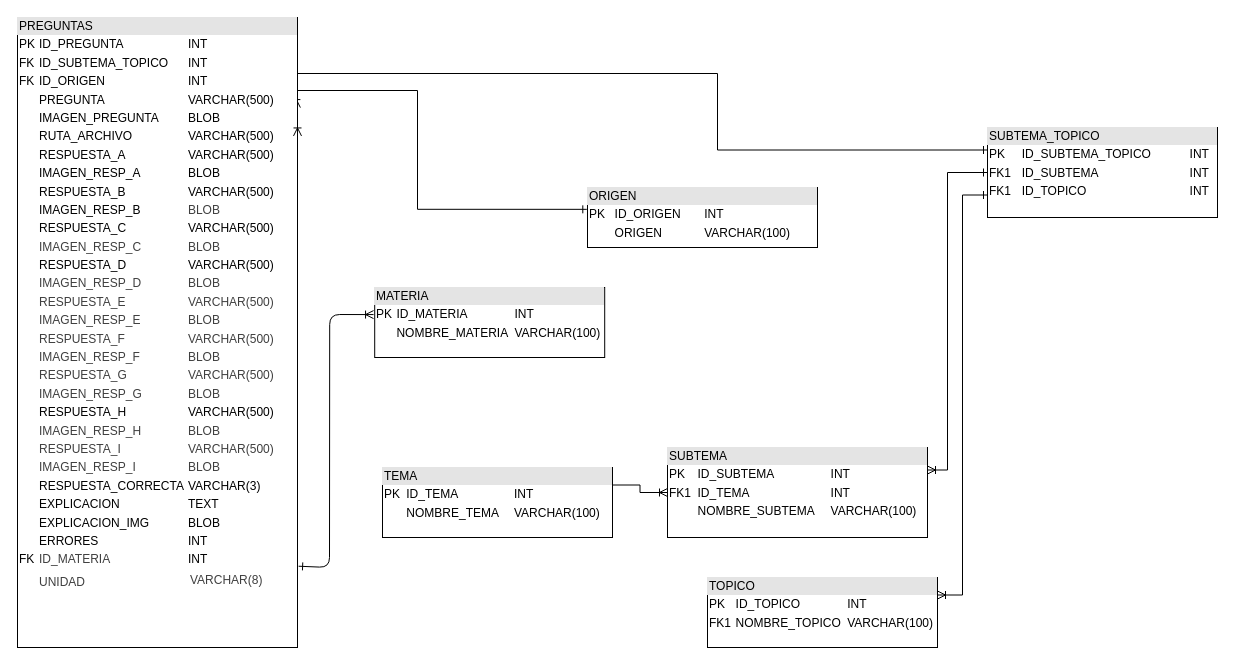
Earlier version of the draw.io diagram DIAGRAMAS/DIAGRAMA_BD_UML_EXAMTESTER.drawio (AlejandroSaul/EXAMTESTER). Source tidied: cells renumbered, new cells numbered last; positions are measured from the earlier drawing's top-left corner, leaving out a move shared by most shapes. Both pictures are drawn from the tidied source at 100%, with x=0, y=0 at pixel (17, 17).
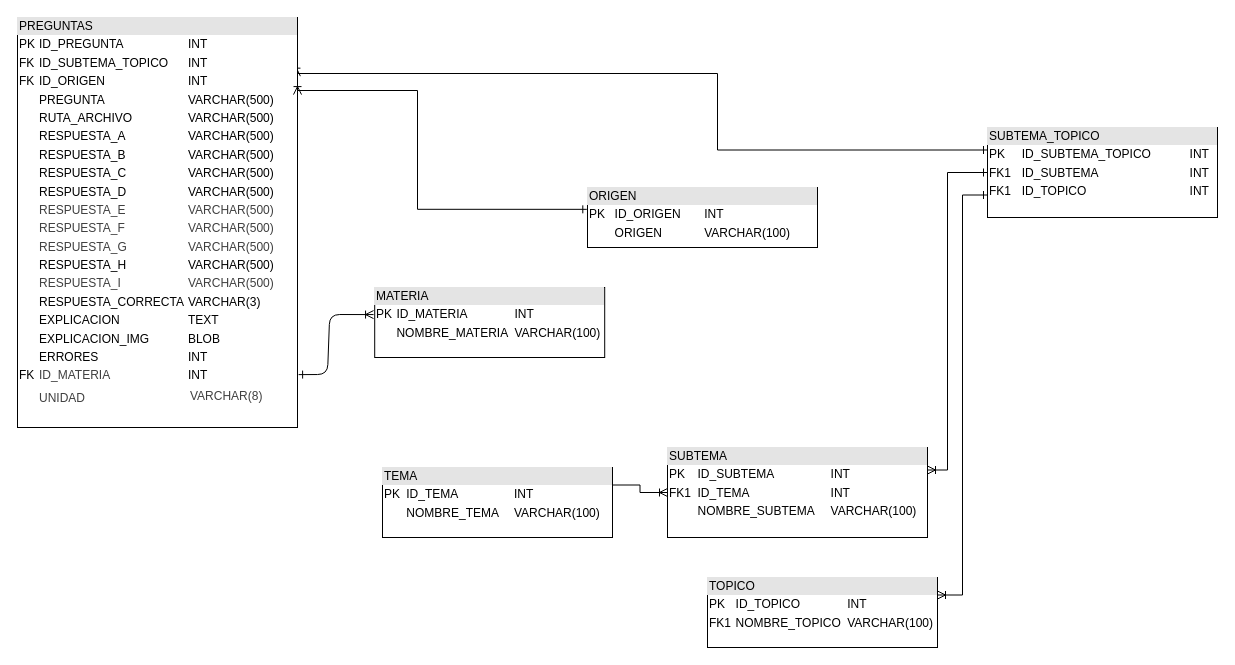
After the change.

The change refers to these unchanged cells:
```xml
<mxCell id="13" value="&lt;div style=&quot;box-sizing: border-box; width: 100%; background: rgb(228, 228, 228); padding: 2px;&quot;&gt;MATERIA&lt;/div&gt;&lt;table style=&quot;width:100%;font-size:1em;&quot; cellpadding=&quot;2&quot; cellspacing=&quot;0&quot;&gt;&lt;tbody&gt;&lt;tr&gt;&lt;td&gt;PK&lt;/td&gt;&lt;td&gt;ID_MATERIA&lt;/td&gt;&lt;td&gt;INT&lt;/td&gt;&lt;/tr&gt;&lt;tr&gt;&lt;td&gt;&lt;br&gt;&lt;/td&gt;&lt;td&gt;NOMBRE_MATERIA&lt;/td&gt;&lt;td&gt;VARCHAR(100)&lt;/td&gt;&lt;/tr&gt;&lt;/tbody&gt;&lt;/table&gt;" style="verticalAlign=top;align=left;overflow=fill;html=1;whiteSpace=wrap;" parent="1" vertex="1">
  <mxGeometry x="357.2" y="270" width="230" height="70" as="geometry" />
</mxCell>
```

What changed in the source:
```diff
@@
-    <mxCell id="10" value="&lt;div style=&quot;box-sizing: border-box; width: 100%; background: rgb(228, 228, 228); padding: 2px;&quot;&gt;PREGUNTAS&lt;/div&gt;&lt;table style=&quot;width:100%;font-size:1em;&quot; cellpadding=&quot;2&quot; cellspacing=&quot;0&quot;&gt;&lt;tbody&gt;&lt;tr&gt;&lt;td&gt;PK&lt;/td&gt;&lt;td&gt;ID_PREGUNTA&lt;/td&gt;&lt;td&gt;INT&lt;/td&gt;&lt;/tr&gt;&lt;tr&gt;&lt;td&gt;FK&lt;/td&gt;&lt;td&gt;ID_SUBTEMA_TOPICO&lt;/td&gt;&lt;td&gt;INT&lt;/td&gt;&lt;/tr&gt;&lt;tr&gt;&lt;td&gt;FK&lt;/td&gt;&lt;td&gt;ID_ORIGEN&lt;/td&gt;&lt;td&gt;INT&lt;/td&gt;&lt;/tr&gt;&lt;tr&gt;&lt;td&gt;&lt;br&gt;&lt;/td&gt;&lt;td&gt;PREGUNTA&lt;/td&gt;&lt;td&gt;VARCHAR(500)&lt;/td&gt;&lt;/tr&gt;&lt;tr&gt;&lt;td&gt;&lt;br&gt;&lt;/td&gt;&lt;td&gt;IMAGEN_PREGUNTA&lt;/td&gt;&lt;td&gt;BLOB&lt;/td&gt;&lt;/tr&gt;&lt;tr&gt;&lt;td&gt;&lt;br&gt;&lt;/td&gt;&lt;td&gt;RUTA_ARCHIVO&lt;/td&gt;&lt;td&gt;VARCHAR(500)&lt;/td&gt;&lt;/tr&gt;&lt;tr&gt;&lt;td&gt;&lt;br&gt;&lt;/td&gt;&lt;td&gt;RESPUESTA_A&lt;/td&gt;&lt;td&gt;VARCHAR(500)&lt;/td&gt;&lt;/tr&gt;&lt;tr&gt;&lt;td&gt;&lt;br&gt;&lt;/td&gt;&lt;td&gt;IMAGEN_RESP_A&lt;/td&gt;&lt;td&gt;BLOB&lt;/td&gt;&lt;/tr&gt;&lt;tr&gt;&lt;td&gt;&lt;br&gt;&lt;/td&gt;&lt;td&gt;RESPUESTA_B&lt;/td&gt;&lt;td&gt;VARCHAR(500)&lt;/td&gt;&lt;/tr&gt;&lt;tr&gt;&lt;td&gt;&lt;br&gt;&lt;/td&gt;&lt;td&gt;IMAGEN_RESP_B&lt;/td&gt;&lt;td&gt;&lt;span style=&quot;color: rgb(63, 63, 63);&quot;&gt;BLOB&lt;/span&gt;&lt;/td&gt;&lt;/tr&gt;&lt;tr&gt;&lt;td&gt;&lt;br&gt;&lt;/td&gt;&lt;td&gt;RESPUESTA_C&lt;/td&gt;&lt;td&gt;VARCHAR(500)&lt;/td&gt;&lt;/tr&gt;&lt;tr&gt;&lt;td&gt;&lt;br&gt;&lt;/td&gt;&lt;td&gt;&lt;span style=&quot;color: rgb(63, 63, 63);&quot;&gt;IMAGEN_RESP_C&lt;/span&gt;&lt;/td&gt;&lt;td&gt;&lt;span style=&quot;color: rgb(63, 63, 63);&quot;&gt;BLOB&lt;/span&gt;&lt;/td&gt;&lt;/tr&gt;&lt;tr&gt;&lt;td&gt;&lt;br&gt;&lt;/td&gt;&lt;td&gt;RESPUESTA_D&lt;/td&gt;&lt;td&gt;VARCHAR(500)&lt;/td&gt;&lt;/tr&gt;&lt;tr&gt;&lt;td&gt;&lt;br&gt;&lt;/td&gt;&lt;td&gt;&lt;span style=&quot;color: rgb(63, 63, 63);&quot;&gt;IMAGEN_RESP_D&lt;/span&gt;&lt;/td&gt;&lt;td&gt;&lt;span style=&quot;color: rgb(63, 63, 63);&quot;&gt;BLOB&lt;/span&gt;&lt;/td&gt;&lt;/tr&gt;&lt;tr&gt;&lt;td&gt;&lt;br&gt;&lt;/td&gt;&lt;td&gt;&lt;span style=&quot;color: rgb(63, 63, 63);&quot;&gt;RESPUESTA_E&lt;/span&gt;&lt;/td&gt;&lt;td&gt;&lt;span style=&quot;color: rgb(63, 63, 63);&quot;&gt;VARCHAR(500)&lt;/span&gt;&lt;/td&gt;&lt;/tr&gt;&lt;tr&gt;&lt;td&gt;&lt;br&gt;&lt;/td&gt;&lt;td&gt;&lt;span style=&quot;color: rgb(63, 63, 63);&quot;&gt;IMAGEN_RESP_E&lt;/span&gt;&lt;/td&gt;&lt;td&gt;&lt;span style=&quot;color: rgb(63, 63, 63);&quot;&gt;BLOB&lt;/span&gt;&lt;/td&gt;&lt;/tr&gt;&lt;tr&gt;&lt;td&gt;&lt;br&gt;&lt;/td&gt;&lt;td&gt;&lt;span style=&quot;color: rgb(63, 63, 63);&quot;&gt;RESPUESTA_F&lt;/span&gt;&lt;/td&gt;&lt;td&gt;&lt;span style=&quot;color: rgb(63, 63, 63);&quot;&gt;VARCHAR(500)&lt;/span&gt;&lt;/td&gt;&lt;/tr&gt;&lt;tr&gt;&lt;td&gt;&lt;br&gt;&lt;/td&gt;&lt;td&gt;&lt;span style=&quot;color: rgb(63, 63, 63);&quot;&gt;IMAGEN_RESP_F&lt;/span&gt;&lt;/td&gt;&lt;td&gt;&lt;span style=&quot;color: rgb(63, 63, 63);&quot;&gt;BLOB&lt;/span&gt;&lt;/td&gt;&lt;/tr&gt;&lt;tr&gt;&lt;td&gt;&lt;br&gt;&lt;/td&gt;&lt;td&gt;&lt;span style=&quot;color: rgb(63, 63, 63);&quot;&gt;RESPUESTA_G&lt;/span&gt;&lt;/td&gt;&lt;td&gt;&lt;span style=&quot;color: rgb(63, 63, 63);&quot;&gt;VARCHAR(500)&lt;/span&gt;&lt;/td&gt;&lt;/tr&gt;&lt;tr&gt;&lt;td&gt;&lt;br&gt;&lt;/td&gt;&lt;td&gt;&lt;span style=&quot;color: rgb(63, 63, 63);&quot;&gt;IMAGEN_RESP_G&lt;/span&gt;&lt;/td&gt;&lt;td&gt;&lt;span style=&quot;color: rgb(63, 63, 63);&quot;&gt;BLOB&lt;/span&gt;&lt;/td&gt;&lt;/tr&gt;&lt;tr&gt;&lt;td&gt;&lt;br&gt;&lt;/td&gt;&lt;td&gt;RESPUESTA_H&lt;/td&gt;&lt;td&gt;VARCHAR(500)&lt;/td&gt;&lt;/tr&gt;&lt;tr&gt;&lt;td&gt;&lt;br&gt;&lt;/td&gt;&lt;td&gt;&lt;span style=&quot;color: rgb(63, 63, 63);&quot;&gt;IMAGEN_RESP_H&lt;/span&gt;&lt;/td&gt;&lt;td&gt;&lt;span style=&quot;color: rgb(63, 63, 63);&quot;&gt;BLOB&lt;/span&gt;&lt;/td&gt;&lt;/tr&gt;&lt;tr&gt;&lt;td&gt;&lt;br&gt;&lt;/td&gt;&lt;td&gt;&lt;span style=&quot;color: rgb(63, 63, 63);&quot;&gt;RESPUESTA_I&lt;/span&gt;&lt;/td&gt;&lt;td&gt;&lt;span style=&quot;color: rgb(63, 63, 63);&quot;&gt;VARCHAR(500)&lt;/span&gt;&lt;/td&gt;&lt;/tr&gt;&lt;tr&gt;&lt;td&gt;&lt;br&gt;&lt;/td&gt;&lt;td&gt;&lt;span style=&quot;color: rgb(63, 63, 63);&quot;&gt;IMAGEN_RESP_I&lt;/span&gt;&lt;/td&gt;&lt;td&gt;&lt;span style=&quot;color: rgb(63, 63, 63);&quot;&gt;BLOB&lt;/span&gt;&lt;/td&gt;&lt;/tr&gt;&lt;tr&gt;&lt;td&gt;&lt;br&gt;&lt;/td&gt;&lt;td&gt;RESPUESTA_CORRECTA&lt;/td&gt;&lt;td&gt;VARCHAR(3)&lt;/td&gt;&lt;/tr&gt;&lt;tr&gt;&lt;td&gt;&lt;br&gt;&lt;/td&gt;&lt;td&gt;EXPLICACION&lt;/td&gt;&lt;td&gt;TEXT&lt;/td&gt;&lt;/tr&gt;&lt;tr&gt;&lt;td&gt;&lt;br&gt;&lt;/td&gt;&lt;td&gt;EXPLICACION_IMG&lt;/td&gt;&lt;td&gt;BLOB&lt;/td&gt;&lt;/tr&gt;&lt;tr&gt;&lt;td&gt;&lt;br&gt;&lt;/td&gt;&lt;td&gt;ERRORES&lt;/td&gt;&lt;td&gt;INT&lt;/td&gt;&lt;/tr&gt;&lt;tr&gt;&lt;td&gt;FK&lt;/td&gt;&lt;td&gt;&lt;span style=&quot;color: rgb(63, 63, 63);&quot;&gt;ID_MATERIA&lt;/span&gt;&lt;/td&gt;&lt;td&gt;INT&lt;/td&gt;&lt;/tr&gt;&lt;tr&gt;&lt;td&gt;&lt;br&gt;&lt;/td&gt;&lt;td&gt;&lt;span style=&quot;color: rgb(63, 63, 63);&quot;&gt;UNIDAD&lt;/span&gt;&lt;/td&gt;&lt;td&gt;&lt;table style=&quot;color: rgb(63, 63, 63); scrollbar-color: rgb(226, 226, 226) rgb(251, 251, 251); font-size: 1em; width: 240px;&quot; cellpadding=&quot;2&quot; cellspacing=&quot;0&quot;&gt;&lt;tbody style=&quot;color: rgb(63, 63, 63); scrollbar-color: rgb(226, 226, 226) rgb(251, 251, 251);&quot;&gt;&lt;tr style=&quot;color: rgb(63, 63, 63); scrollbar-color: rgb(226, 226, 226) rgb(251, 251, 251);&quot;&gt;&lt;td style=&quot;color: rgb(63, 63, 63); scrollbar-color: rgb(226, 226, 226) rgb(251, 251, 251);&quot;&gt;VARCHAR(8)&lt;/td&gt;&lt;/tr&gt;&lt;tr style=&quot;color: rgb(63, 63, 63); scrollbar-color: rgb(226, 226, 226) rgb(251, 251, 251);&quot;&gt;&lt;td style=&quot;color: rgb(63, 63, 63); scrollbar-color: rgb(226, 226, 226) rgb(251, 251, 251);&quot;&gt;&lt;/td&gt;&lt;/tr&gt;&lt;/tbody&gt;&lt;/table&gt;&lt;/td&gt;&lt;/tr&gt;&lt;/tbody&gt;&lt;/table&gt;" style="verticalAlign=top;align=left;overflow=fill;html=1;whiteSpace=wrap;" parent="1" vertex="1">
-      <mxGeometry width="280" height="630" as="geometry" />
+    <mxCell id="10" value="&lt;div style=&quot;box-sizing: border-box; width: 100%; background: rgb(228, 228, 228); padding: 2px;&quot;&gt;PREGUNTAS&lt;/div&gt;&lt;table style=&quot;width:100%;font-size:1em;&quot; cellpadding=&quot;2&quot; cellspacing=&quot;0&quot;&gt;&lt;tbody&gt;&lt;tr&gt;&lt;td&gt;PK&lt;/td&gt;&lt;td&gt;ID_PREGUNTA&lt;/td&gt;&lt;td&gt;INT&lt;/td&gt;&lt;/tr&gt;&lt;tr&gt;&lt;td&gt;FK&lt;/td&gt;&lt;td&gt;ID_SUBTEMA_TOPICO&lt;/td&gt;&lt;td&gt;INT&lt;/td&gt;&lt;/tr&gt;&lt;tr&gt;&lt;td&gt;FK&lt;/td&gt;&lt;td&gt;ID_ORIGEN&lt;/td&gt;&lt;td&gt;INT&lt;/td&gt;&lt;/tr&gt;&lt;tr&gt;&lt;td&gt;&lt;br&gt;&lt;/td&gt;&lt;td&gt;PREGUNTA&lt;/td&gt;&lt;td&gt;VARCHAR(500)&lt;/td&gt;&lt;/tr&gt;&lt;tr&gt;&lt;td&gt;&lt;br&gt;&lt;/td&gt;&lt;td&gt;RUTA_ARCHIVO&lt;/td&gt;&lt;td&gt;VARCHAR(500)&lt;/td&gt;&lt;/tr&gt;&lt;tr&gt;&lt;td&gt;&lt;br&gt;&lt;/td&gt;&lt;td&gt;RESPUESTA_A&lt;/td&gt;&lt;td&gt;VARCHAR(500)&lt;/td&gt;&lt;/tr&gt;&lt;tr&gt;&lt;td&gt;&lt;br&gt;&lt;/td&gt;&lt;td&gt;RESPUESTA_B&lt;/td&gt;&lt;td&gt;VARCHAR(500)&lt;/td&gt;&lt;/tr&gt;&lt;tr&gt;&lt;td&gt;&lt;br&gt;&lt;/td&gt;&lt;td&gt;RESPUESTA_C&lt;/td&gt;&lt;td&gt;VARCHAR(500)&lt;/td&gt;&lt;/tr&gt;&lt;tr&gt;&lt;td&gt;&lt;br&gt;&lt;/td&gt;&lt;td&gt;RESPUESTA_D&lt;/td&gt;&lt;td&gt;VARCHAR(500)&lt;/td&gt;&lt;/tr&gt;&lt;tr&gt;&lt;td&gt;&lt;br&gt;&lt;/td&gt;&lt;td&gt;&lt;span style=&quot;color: rgb(63, 63, 63);&quot;&gt;RESPUESTA_E&lt;/span&gt;&lt;/td&gt;&lt;td&gt;&lt;span style=&quot;color: rgb(63, 63, 63);&quot;&gt;VARCHAR(500)&lt;/span&gt;&lt;/td&gt;&lt;/tr&gt;&lt;tr&gt;&lt;td&gt;&lt;br&gt;&lt;/td&gt;&lt;td&gt;&lt;span style=&quot;color: rgb(63, 63, 63);&quot;&gt;RESPUESTA_F&lt;/span&gt;&lt;/td&gt;&lt;td&gt;&lt;span style=&quot;color: rgb(63, 63, 63);&quot;&gt;VARCHAR(500)&lt;/span&gt;&lt;/td&gt;&lt;/tr&gt;&lt;tr&gt;&lt;td&gt;&lt;br&gt;&lt;/td&gt;&lt;td&gt;&lt;span style=&quot;color: rgb(63, 63, 63);&quot;&gt;RESPUESTA_G&lt;/span&gt;&lt;/td&gt;&lt;td&gt;&lt;span style=&quot;color: rgb(63, 63, 63);&quot;&gt;VARCHAR(500)&lt;/span&gt;&lt;/td&gt;&lt;/tr&gt;&lt;tr&gt;&lt;td&gt;&lt;br&gt;&lt;/td&gt;&lt;td&gt;RESPUESTA_H&lt;/td&gt;&lt;td&gt;VARCHAR(500)&lt;/td&gt;&lt;/tr&gt;&lt;tr&gt;&lt;td&gt;&lt;br&gt;&lt;/td&gt;&lt;td&gt;&lt;span style=&quot;color: rgb(63, 63, 63);&quot;&gt;RESPUESTA_I&lt;/span&gt;&lt;/td&gt;&lt;td&gt;&lt;span style=&quot;color: rgb(63, 63, 63);&quot;&gt;VARCHAR(500)&lt;/span&gt;&lt;/td&gt;&lt;/tr&gt;&lt;tr&gt;&lt;td&gt;&lt;br&gt;&lt;/td&gt;&lt;td&gt;RESPUESTA_CORRECTA&lt;/td&gt;&lt;td&gt;VARCHAR(3)&lt;/td&gt;&lt;/tr&gt;&lt;tr&gt;&lt;td&gt;&lt;br&gt;&lt;/td&gt;&lt;td&gt;EXPLICACION&lt;/td&gt;&lt;td&gt;TEXT&lt;/td&gt;&lt;/tr&gt;&lt;tr&gt;&lt;td&gt;&lt;br&gt;&lt;/td&gt;&lt;td&gt;EXPLICACION_IMG&lt;/td&gt;&lt;td&gt;BLOB&lt;/td&gt;&lt;/tr&gt;&lt;tr&gt;&lt;td&gt;&lt;br&gt;&lt;/td&gt;&lt;td&gt;ERRORES&lt;/td&gt;&lt;td&gt;INT&lt;/td&gt;&lt;/tr&gt;&lt;tr&gt;&lt;td&gt;FK&lt;/td&gt;&lt;td&gt;&lt;span style=&quot;color: rgb(63, 63, 63);&quot;&gt;ID_MATERIA&lt;/span&gt;&lt;/td&gt;&lt;td&gt;INT&lt;/td&gt;&lt;/tr&gt;&lt;tr&gt;&lt;td&gt;&lt;br&gt;&lt;/td&gt;&lt;td&gt;&lt;span style=&quot;color: rgb(63, 63, 63);&quot;&gt;UNIDAD&lt;/span&gt;&lt;/td&gt;&lt;td&gt;&lt;table style=&quot;color: rgb(63, 63, 63); scrollbar-color: rgb(226, 226, 226) rgb(251, 251, 251); font-size: 1em; width: 240px;&quot; cellpadding=&quot;2&quot; cellspacing=&quot;0&quot;&gt;&lt;tbody style=&quot;color: rgb(63, 63, 63); scrollbar-color: rgb(226, 226, 226) rgb(251, 251, 251);&quot;&gt;&lt;tr style=&quot;color: rgb(63, 63, 63); scrollbar-color: rgb(226, 226, 226) rgb(251, 251, 251);&quot;&gt;&lt;td style=&quot;color: rgb(63, 63, 63); scrollbar-color: rgb(226, 226, 226) rgb(251, 251, 251);&quot;&gt;VARCHAR(8)&lt;/td&gt;&lt;/tr&gt;&lt;tr style=&quot;color: rgb(63, 63, 63); scrollbar-color: rgb(226, 226, 226) rgb(251, 251, 251);&quot;&gt;&lt;td style=&quot;color: rgb(63, 63, 63); scrollbar-color: rgb(226, 226, 226) rgb(251, 251, 251);&quot;&gt;&lt;/td&gt;&lt;/tr&gt;&lt;/tbody&gt;&lt;/table&gt;&lt;/td&gt;&lt;/tr&gt;&lt;/tbody&gt;&lt;/table&gt;" style="verticalAlign=top;align=left;overflow=fill;html=1;whiteSpace=wrap;" parent="1" vertex="1">
+      <mxGeometry width="280" height="410" as="geometry" />
     </mxCell>
@@
     <mxCell id="14" style="edgeStyle=none;html=1;entryX=1.004;entryY=0.871;entryDx=0;entryDy=0;entryPerimeter=0;startArrow=ERoneToMany;startFill=0;endArrow=ERone;endFill=0;exitX=-0.005;exitY=0.387;exitDx=0;exitDy=0;exitPerimeter=0;" parent="1" edge="1" source="13" target="10">
       <mxGeometry relative="1" as="geometry">
         <Array as="points">
           <mxPoint x="312.2" y="297" />
-          <mxPoint x="312" y="550" />
+          <mxPoint x="310" y="357" />
         </Array>
       </mxGeometry>
     </mxCell>
```
